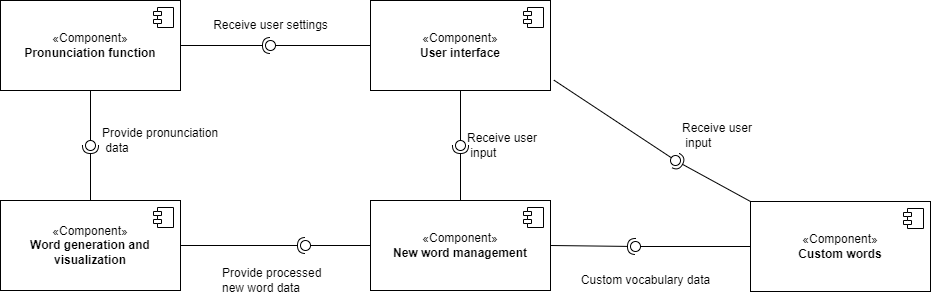
xiangxiang3451/blog_pictures keeps this draw.io diagram as component.drawio.png. Above is the earlier version. Source tidied: cells renumbered, new cells last; positions are measured from the earlier drawing's top-left corner, leaving out a move shared by most shapes.
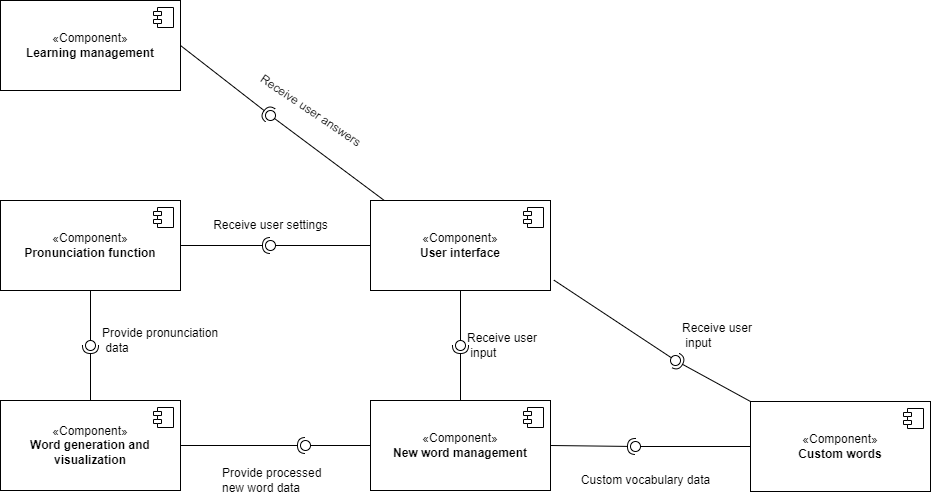
The same file after the commit.

Diff of the diagram source:
```diff
@@ -114,5 +114,25 @@
     <mxCell id="35" value="Provide pronunciation&lt;br&gt;&amp;nbsp;data" style="text;html=1;align=left;verticalAlign=middle;strokeColor=none;fillColor=none;" parent="1" vertex="1">
       <mxGeometry x="100" y="120" width="140" height="40" as="geometry" />
     </mxCell>
+    <mxCell id="36" value="«Component»&lt;br&gt;&lt;b&gt;Learning management&lt;/b&gt;" style="html=1;whiteSpace=wrap;" parent="1" vertex="1">
+      <mxGeometry y="-200" width="180" height="90" as="geometry" />
+    </mxCell>
+    <mxCell id="37" style="shape=module;jettyWidth=8;jettyHeight=4;" parent="36" vertex="1">
+      <mxGeometry x="1" width="20" height="20" relative="1" as="geometry">
+        <mxPoint x="-27" y="7" as="offset" />
+      </mxGeometry>
+    </mxCell>
+    <mxCell id="38" style="rounded=0;jettySize=auto;html=1;endArrow=halfCircle;endFill=0;endSize=6;strokeWidth=1;sketch=0;exitX=1;exitY=0.5;exitDx=0;exitDy=0;" parent="1" edge="1" source="36" target="40">
+      <mxGeometry relative="1" as="geometry" />
+    </mxCell>
+    <mxCell id="39" style="rounded=0;jettySize=auto;html=1;endArrow=oval;endFill=0;sketch=0;sourcePerimeterSpacing=0;targetPerimeterSpacing=0;endSize=10;exitX=0.074;exitY=-0.004;exitDx=0;exitDy=0;exitPerimeter=0;" parent="1" edge="1" source="2" target="40">
+      <mxGeometry relative="1" as="geometry" />
+    </mxCell>
+    <mxCell id="40" style="ellipse;whiteSpace=wrap;html=1;align=center;fillColor=none;strokeColor=none;perimeter=centerPerimeter;points=[];outlineConnect=1;" parent="1" vertex="1">
+      <mxGeometry x="265" y="-90" width="10" height="10" as="geometry" />
+    </mxCell>
+    <mxCell id="41" value="Receive user answers" style="text;html=1;align=center;verticalAlign=middle;strokeColor=none;fillColor=none;spacingBottom=-1;rotation=34;" parent="1" vertex="1">
+      <mxGeometry x="240" y="-100" width="140" height="20" as="geometry" />
+    </mxCell>
   </root>
 </mxGraphModel>
```
